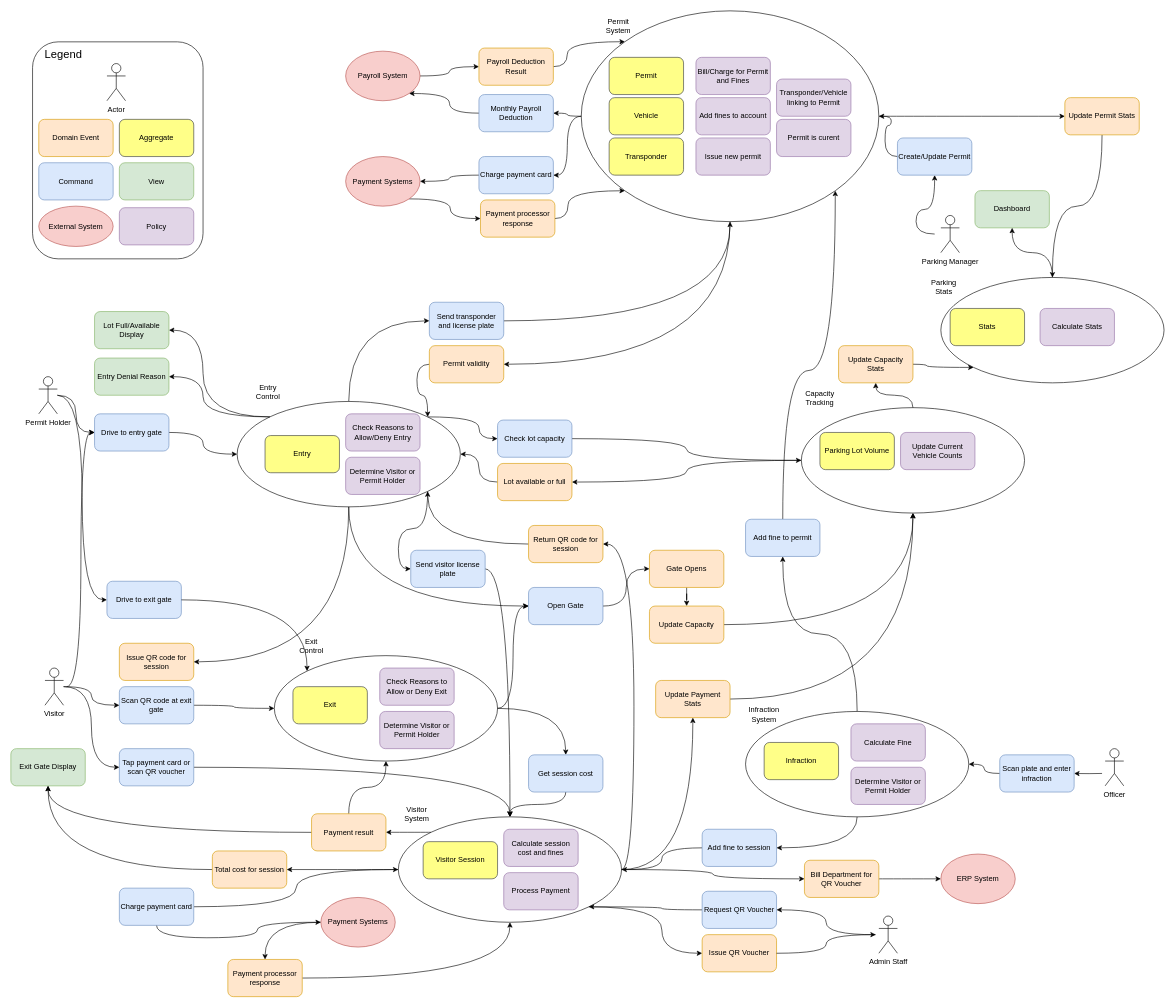
The draw.io diagram mvp.drawio in harwoodr/drawio, before the edit. Source tidied: cells renumbered, new cells numbered last; positions are measured from the earlier drawing's top-left corner, leaving out a move shared by most shapes. Both pictures are drawn from the tidied source at 62%, with x=0, y=0 at pixel (11, 11).
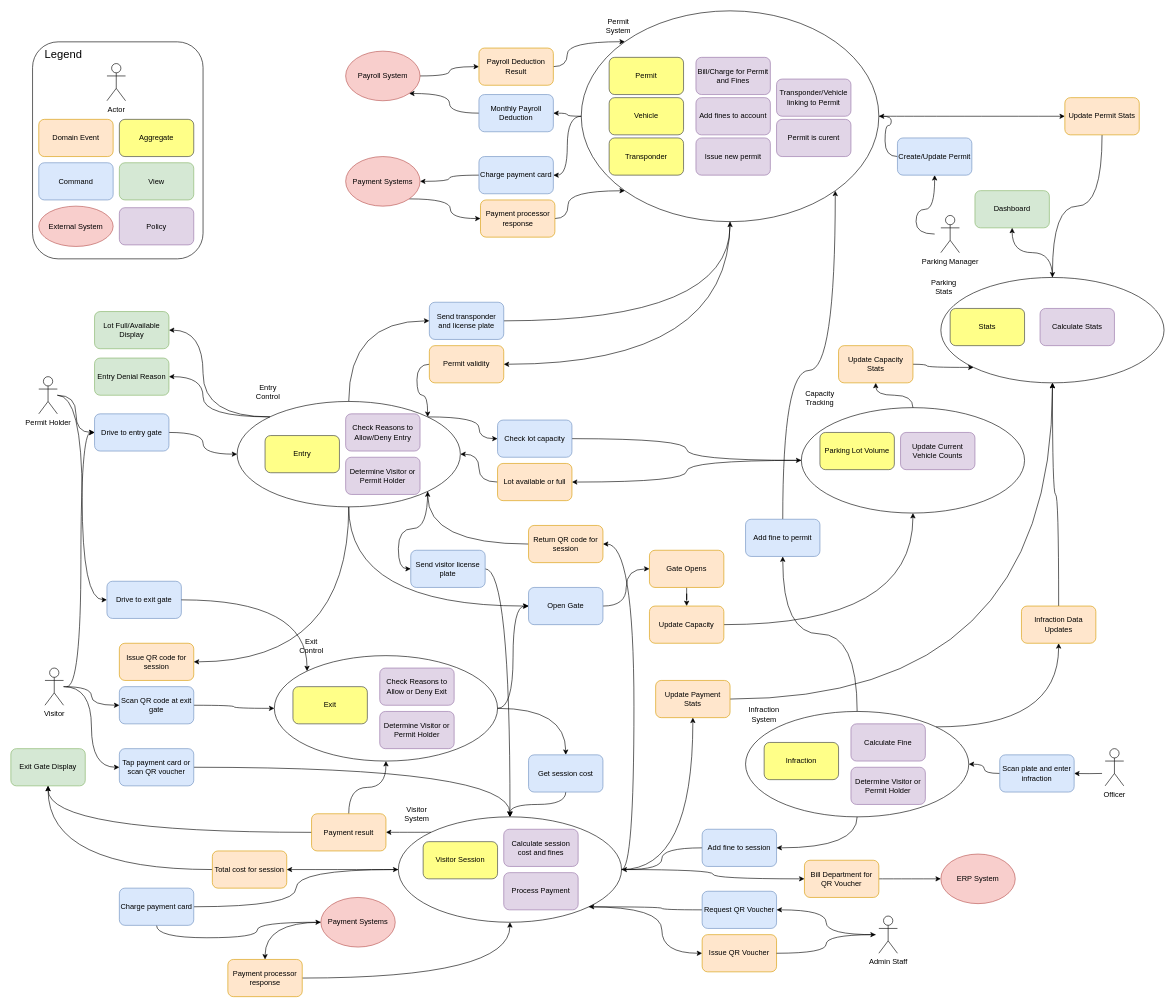
The same diagram, later.

Unchanged cells that the change refers to:
```xml
<mxCell id="9" style="ellipse;whiteSpace=wrap;html=1;fillColor=none;rounded=1;" parent="1" vertex="1">
  <mxGeometry x="1275" y="640" width="360" height="170" as="geometry" />
</mxCell>
<mxCell id="24" style="ellipse;whiteSpace=wrap;html=1;fillColor=none;rounded=1;" parent="1" vertex="1">
  <mxGeometry x="1185" y="1130" width="360" height="170" as="geometry" />
</mxCell>
<mxCell id="141" style="ellipse;whiteSpace=wrap;html=1;fillColor=none;rounded=1;" parent="1" vertex="1">
  <mxGeometry x="1500" y="430" width="360" height="170" as="geometry" />
</mxCell>
<mxCell id="147" value="Update Payment Stats" style="rounded=1;whiteSpace=wrap;html=1;fillColor=#ffe6cc;strokeColor=#d79b00;" parent="1" vertex="1">
  <mxGeometry x="1040" y="1080" width="120" height="60" as="geometry" />
</mxCell>
```

Change to the diagram source:
```diff
@@
+    <mxCell id="164" style="edgeStyle=orthogonalEdgeStyle;rounded=0;jettySize=auto;html=1;exitX=1;exitY=0;exitDx=0;exitDy=0;entryX=0.5;entryY=1;entryDx=0;entryDy=0;curved=1;" parent="1" edge="1" source="24" target="166">
+      <mxGeometry relative="1" as="geometry" />
+    </mxCell>
@@
-    <mxCell id="146" style="edgeStyle=orthogonalEdgeStyle;rounded=0;jettySize=auto;html=1;exitX=1;exitY=0.5;exitDx=0;exitDy=0;entryX=0.5;entryY=1;entryDx=0;entryDy=0;curved=1;" parent="1" edge="1" source="147" target="9">
+    <mxCell id="146" style="edgeStyle=orthogonalEdgeStyle;rounded=0;jettySize=auto;html=1;exitX=1;exitY=0.5;exitDx=0;exitDy=0;entryX=0.5;entryY=1;entryDx=0;entryDy=0;curved=1;" parent="1" edge="1" source="147" target="141">
       <mxGeometry relative="1" as="geometry" />
     </mxCell>
@@
+    <mxCell id="165" style="edgeStyle=orthogonalEdgeStyle;rounded=0;jettySize=auto;html=1;exitX=0.5;exitY=0;exitDx=0;exitDy=0;entryX=0.5;entryY=1;entryDx=0;entryDy=0;curved=1;" parent="1" edge="1" source="166" target="141">
+      <mxGeometry relative="1" as="geometry" />
+    </mxCell>
+    <mxCell id="166" value="Infraction Data Updates" style="rounded=1;whiteSpace=wrap;html=1;fillColor=#ffe6cc;strokeColor=#d79b00;" parent="1" vertex="1">
+      <mxGeometry x="1630" y="960" width="120" height="60" as="geometry" />
+    </mxCell>
```
